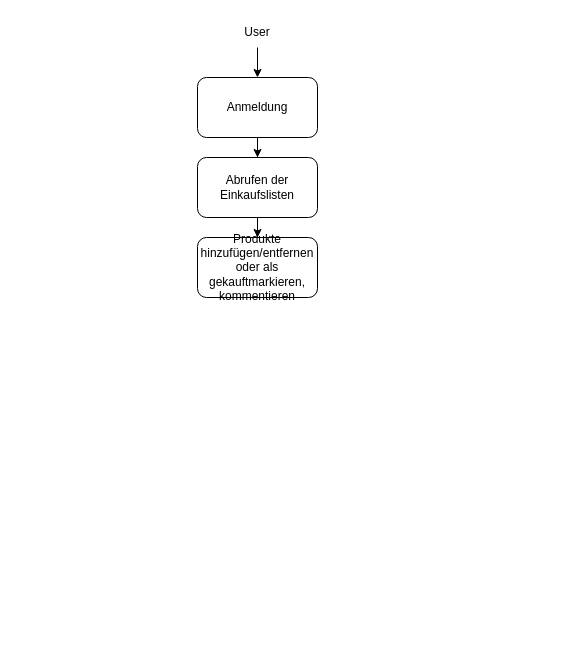
M4dm4cl4ren/EiA2 keeps this draw.io diagram as L03_Einkaufliste/UsecaseDiagram.drawio. Above is the earlier version. Source tidied: cells renumbered, new cells numbered last; positions are measured from the earlier drawing's top-left corner, leaving out a move shared by most shapes. Both pictures are drawn from the tidied source at 100%, with x=0, y=0 at pixel (197, 17).
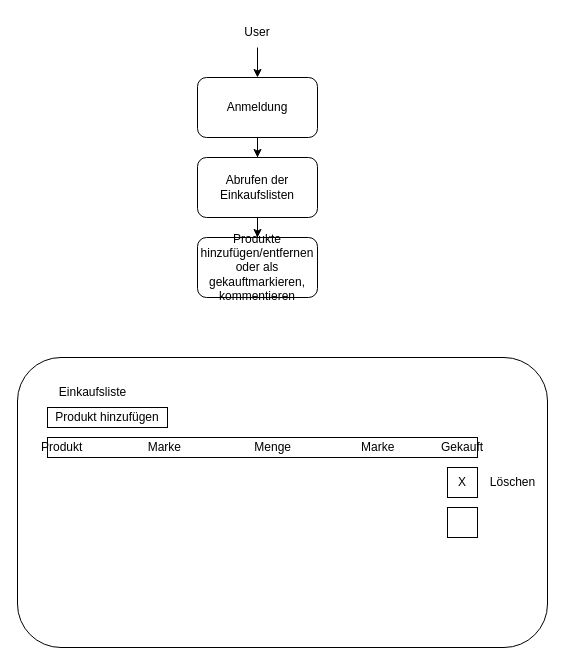
The same diagram, later.

Diff of the diagram source:
```diff
@@
 <mxGraphModel>
   <root>
     <mxCell id="0" />
     <mxCell id="1" parent="0" />
     <mxCell id="2" style="edgeStyle=orthogonalEdgeStyle;rounded=0;jettySize=auto;html=1;" parent="1" edge="1" source="3" target="5">
       <mxGeometry relative="1" as="geometry" />
     </mxCell>
     <mxCell id="3" value="User" style="text;html=1;align=center;verticalAlign=middle;whiteSpace=wrap;rounded=0;" parent="1" vertex="1">
       <mxGeometry x="30" width="60" height="30" as="geometry" />
     </mxCell>
     <mxCell id="4" style="edgeStyle=orthogonalEdgeStyle;rounded=0;jettySize=auto;html=1;" parent="1" edge="1" source="5" target="7">
       <mxGeometry relative="1" as="geometry" />
     </mxCell>
     <mxCell id="5" value="Anmeldung" style="rounded=1;whiteSpace=wrap;html=1;" parent="1" vertex="1">
       <mxGeometry y="60" width="120" height="60" as="geometry" />
     </mxCell>
     <mxCell id="6" style="edgeStyle=orthogonalEdgeStyle;rounded=0;jettySize=auto;html=1;" parent="1" edge="1" source="7" target="8">
       <mxGeometry relative="1" as="geometry" />
     </mxCell>
     <mxCell id="7" value="Abrufen der Einkaufslisten" style="whiteSpace=wrap;html=1;rounded=1;" parent="1" vertex="1">
       <mxGeometry y="140" width="120" height="60" as="geometry" />
     </mxCell>
     <mxCell id="8" value="Produkte hinzufügen/entfernen oder als gekauftmarkieren, kommentieren" style="whiteSpace=wrap;html=1;rounded=1;" parent="1" vertex="1">
       <mxGeometry y="220" width="120" height="60" as="geometry" />
     </mxCell>
+    <mxCell id="9" style="rounded=1;whiteSpace=wrap;html=1;" parent="1" vertex="1">
+      <mxGeometry x="-180" y="340" width="530" height="290" as="geometry" />
+    </mxCell>
+    <mxCell id="10" value="Einkaufsliste" style="text;html=1;align=center;verticalAlign=middle;strokeColor=none;fillColor=none;" parent="1" vertex="1">
+      <mxGeometry x="-150" y="360" width="90" height="30" as="geometry" />
+    </mxCell>
+    <mxCell id="11" value="Produkt hinzufügen" style="whiteSpace=wrap;html=1;" parent="1" vertex="1">
+      <mxGeometry x="-150" y="390" width="120" height="20" as="geometry" />
+    </mxCell>
+    <mxCell id="12" value="Produkt&lt;span style=&quot;white-space: pre;&quot;&gt;&#9;&lt;/span&gt;&lt;span style=&quot;white-space: pre;&quot;&gt;&#9;&lt;span style=&quot;white-space: pre;&quot;&gt;&#9;&lt;/span&gt;&lt;/span&gt;Marke&lt;span style=&quot;white-space: pre;&quot;&gt;&#9;&lt;span style=&quot;white-space: pre;&quot;&gt;&#9;&lt;/span&gt;&lt;/span&gt;&lt;span style=&quot;white-space: pre;&quot;&gt;&#9;&lt;/span&gt;Menge&lt;span style=&quot;white-space: pre;&quot;&gt;&#9;&lt;/span&gt;&lt;span style=&quot;white-space: pre;&quot;&gt;&#9;&lt;span style=&quot;white-space: pre;&quot;&gt;&#9;&lt;/span&gt;&lt;/span&gt;Marke&lt;span style=&quot;white-space: pre;&quot;&gt;&#9;&lt;span style=&quot;white-space: pre;&quot;&gt;&#9;&lt;/span&gt;&lt;/span&gt;Gekauft" style="rounded=1;whiteSpace=wrap;html=1;arcSize=0;" parent="1" vertex="1">
+      <mxGeometry x="-150" y="420" width="430" height="20" as="geometry" />
+    </mxCell>
+    <mxCell id="13" value="X" style="rounded=0;whiteSpace=wrap;html=1;" parent="1" vertex="1">
+      <mxGeometry x="250" y="450" width="30" height="30" as="geometry" />
+    </mxCell>
+    <mxCell id="14" style="rounded=0;whiteSpace=wrap;html=1;" parent="1" vertex="1">
+      <mxGeometry x="250" y="490" width="30" height="30" as="geometry" />
+    </mxCell>
+    <mxCell id="15" value="Löschen" style="text;html=1;align=center;verticalAlign=middle;strokeColor=none;fillColor=none;" parent="1" vertex="1">
+      <mxGeometry x="280" y="450" width="70" height="30" as="geometry" />
+    </mxCell>
   </root>
 </mxGraphModel>
```
